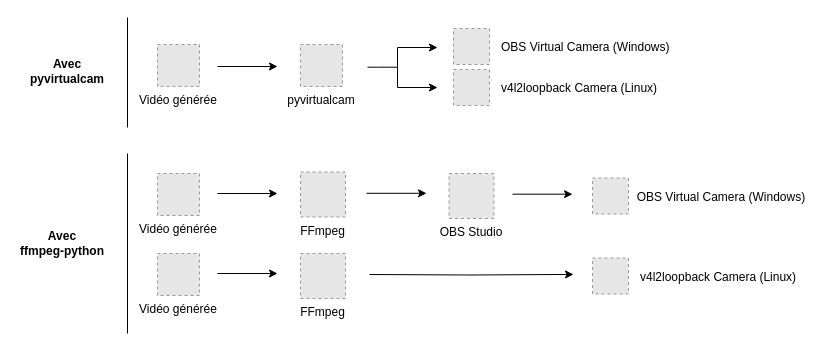
dylanramos/ai-facial-recognition-breaker keeps this draw.io diagram as docs/diagrammes/libs-compare.drawio. Above is the earlier version. Source tidied: cells renumbered, new cells numbered last; positions are measured from the earlier drawing's top-left corner, leaving out a move shared by most shapes. Both pictures are drawn from the tidied source at 100%, with x=0, y=0 at pixel (17, 17). Pictures stored in the file or linked from it are replaced by grey dashed boxes.
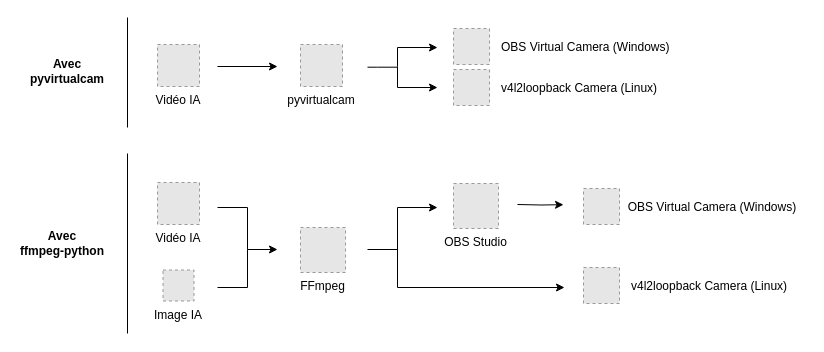
After the change.

Diff of the diagram source:
```diff
@@
-    <mxCell id="9" value="Vidéo générée" style="fillColor=#E6E6E6;strokeColor=#999999;dashed=1;verticalLabelPosition=bottom;labelBackgroundColor=default;verticalAlign=top;" parent="1" vertex="1">
+    <mxCell id="9" value="Vidéo IA" style="fillColor=#E6E6E6;strokeColor=#999999;dashed=1;verticalLabelPosition=bottom;labelBackgroundColor=default;verticalAlign=top;" parent="1" vertex="1">
       <mxGeometry x="140" y="27" width="42" height="42" as="geometry" />
     </mxCell>
-    <mxCell id="10" value="FFmpeg" style="fillColor=#E6E6E6;strokeColor=#999999;dashed=1;verticalLabelPosition=bottom;labelBackgroundColor=default;verticalAlign=top;" parent="1" vertex="1">
-      <mxGeometry x="283" y="236" width="45" height="45" as="geometry" />
-    </mxCell>
     <mxCell id="11" value="OBS Studio" style="fillColor=#E6E6E6;strokeColor=#999999;dashed=1;verticalLabelPosition=bottom;labelBackgroundColor=default;verticalAlign=top;" parent="1" vertex="1">
-      <mxGeometry x="431.5" y="156" width="45" height="45" as="geometry" />
+      <mxGeometry x="436" y="166" width="45" height="45" as="geometry" />
     </mxCell>
     <mxCell id="12" style="endArrow=classic;html=1;rounded=0;edgeStyle=orthogonalEdgeStyle;startArrow=none;startFill=0;" parent="1" edge="1">
       <mxGeometry relative="1" as="geometry">
-        <mxPoint x="200" y="176" as="sourcePoint" />
-        <mxPoint x="260" y="176" as="targetPoint" />
+        <mxPoint x="200" y="190" as="sourcePoint" />
+        <mxPoint x="260" y="232" as="targetPoint" />
+        <Array as="points">
+          <mxPoint x="200" y="190" />
+          <mxPoint x="230" y="190" />
+          <mxPoint x="230" y="232" />
+        </Array>
       </mxGeometry>
     </mxCell>
-    <mxCell id="13" value="Vidéo générée" style="fillColor=#E6E6E6;strokeColor=#999999;dashed=1;verticalLabelPosition=bottom;labelBackgroundColor=default;verticalAlign=top;" parent="1" vertex="1">
-      <mxGeometry x="140" y="156" width="42" height="42" as="geometry" />
+    <mxCell id="13" value="Vidéo IA" style="fillColor=#E6E6E6;strokeColor=#999999;dashed=1;verticalLabelPosition=bottom;labelBackgroundColor=default;verticalAlign=top;" parent="1" vertex="1">
+      <mxGeometry x="140" y="165" width="42" height="42" as="geometry" />
     </mxCell>
     <mxCell id="14" value="  OBS Virtual Camera (Windows)" style="fillColor=#E6E6E6;strokeColor=#999999;dashed=1;verticalLabelPosition=middle;labelBackgroundColor=default;verticalAlign=middle;labelPosition=right;align=left;" parent="1" vertex="1">
-      <mxGeometry x="575" y="160.5" width="36" height="36" as="geometry" />
+      <mxGeometry x="566" y="171" width="36" height="36" as="geometry" />
     </mxCell>
     <mxCell id="15" style="endArrow=classic;html=1;rounded=0;edgeStyle=orthogonalEdgeStyle;startArrow=none;startFill=0;" parent="1" edge="1">
       <mxGeometry relative="1" as="geometry">
-        <mxPoint x="495" y="176.7" as="sourcePoint" />
-        <mxPoint x="555" y="176.7" as="targetPoint" />
+        <mxPoint x="500" y="187" as="sourcePoint" />
+        <mxPoint x="546" y="187.2" as="targetPoint" />
       </mxGeometry>
     </mxCell>
-    <mxCell id="16" style="endArrow=classic;html=1;rounded=0;edgeStyle=orthogonalEdgeStyle;startArrow=none;startFill=0;" parent="1" edge="1">
-      <mxGeometry relative="1" as="geometry">
-        <mxPoint x="200" y="256" as="sourcePoint" />
-        <mxPoint x="260" y="256" as="targetPoint" />
-      </mxGeometry>
-    </mxCell>
-    <mxCell id="17" value="Vidéo générée" style="fillColor=#E6E6E6;strokeColor=#999999;dashed=1;verticalLabelPosition=bottom;labelBackgroundColor=default;verticalAlign=top;" parent="1" vertex="1">
-      <mxGeometry x="140" y="236" width="42" height="42" as="geometry" />
-    </mxCell>
     <mxCell id="18" value="   v4l2loopback Camera (Linux)" style="fillColor=#E6E6E6;strokeColor=#999999;dashed=1;verticalLabelPosition=middle;labelBackgroundColor=default;verticalAlign=middle;labelPosition=right;align=left;" parent="1" vertex="1">
-      <mxGeometry x="575" y="240.5" width="36" height="36" as="geometry" />
+      <mxGeometry x="566" y="250" width="36" height="36" as="geometry" />
     </mxCell>
@@
     <mxCell id="23" value="FFmpeg" style="fillColor=#E6E6E6;strokeColor=#999999;dashed=1;verticalLabelPosition=bottom;labelBackgroundColor=default;verticalAlign=top;" parent="1" vertex="1">
-      <mxGeometry x="283" y="154.5" width="45" height="45" as="geometry" />
+      <mxGeometry x="283" y="210" width="45" height="45" as="geometry" />
     </mxCell>
     <mxCell id="24" style="endArrow=classic;html=1;rounded=0;edgeStyle=orthogonalEdgeStyle;startArrow=none;startFill=0;" parent="1" edge="1">
       <mxGeometry relative="1" as="geometry">
-        <mxPoint x="349" y="175.8" as="sourcePoint" />
-        <mxPoint x="409" y="175.8" as="targetPoint" />
+        <mxPoint x="350" y="232" as="sourcePoint" />
+        <mxPoint x="420" y="190" as="targetPoint" />
+        <Array as="points">
+          <mxPoint x="380" y="232" />
+          <mxPoint x="380" y="190" />
+        </Array>
       </mxGeometry>
     </mxCell>
     <mxCell id="25" style="endArrow=classic;html=1;rounded=0;edgeStyle=orthogonalEdgeStyle;startArrow=none;startFill=0;" parent="1" edge="1">
       <mxGeometry relative="1" as="geometry">
-        <mxPoint x="352" y="257" as="sourcePoint" />
-        <mxPoint x="556" y="256.9" as="targetPoint" />
+        <mxPoint x="380" y="230" as="sourcePoint" />
+        <mxPoint x="547" y="270" as="targetPoint" />
+        <Array as="points">
+          <mxPoint x="380" y="270" />
+        </Array>
       </mxGeometry>
     </mxCell>
+    <mxCell id="26" value="Image IA" style="fillColor=#E6E6E6;strokeColor=#999999;dashed=1;verticalLabelPosition=bottom;labelBackgroundColor=default;verticalAlign=top;labelPosition=center;align=center;" parent="1" vertex="1">
+      <mxGeometry x="145.5" y="252.5" width="31" height="31" as="geometry" />
+    </mxCell>
+    <mxCell id="27" style="endArrow=none;html=1;rounded=0;edgeStyle=orthogonalEdgeStyle;startArrow=none;startFill=0;endFill=0;" parent="1" edge="1">
+      <mxGeometry relative="1" as="geometry">
+        <mxPoint x="200" y="270" as="sourcePoint" />
+        <mxPoint x="230" y="232" as="targetPoint" />
+        <Array as="points">
+          <mxPoint x="200" y="270" />
+          <mxPoint x="230" y="270" />
+        </Array>
+      </mxGeometry>
+    </mxCell>
```
